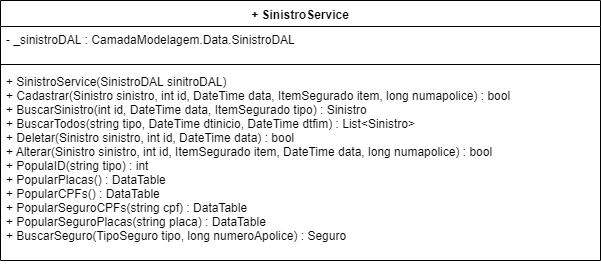
Before: Diagramas UML - GerencFrotas/02-Diagramas de Classe/05-Services/CamadaModelagemServices-SinistroService.png, a diagram exported from draw.io (talles2512/Gerenciamento-Frotas). Source tidied: cells renumbered, new cells last; positions are measured from the earlier drawing's top-left corner, leaving out a move shared by most shapes.
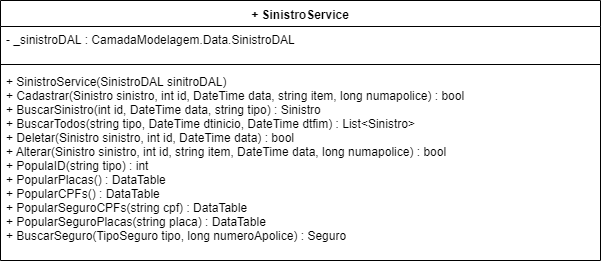
The same file after the commit.

What changed in the source:
```diff
@@ -11,7 +11,7 @@
     <mxCell id="4" style="line;strokeWidth=1;fillColor=none;align=left;verticalAlign=middle;spacingTop=-1;spacingLeft=3;spacingRight=3;labelPosition=right;" parent="2" vertex="1">
       <mxGeometry y="60" width="600" height="8" as="geometry" />
     </mxCell>
-    <mxCell id="5" value="+ SinistroService(SinistroDAL sinitroDAL)&#10;+ Cadastrar(Sinistro sinistro, int id, DateTime data, ItemSegurado item, long numapolice) : bool&#10;+ BuscarSinistro(int id, DateTime data, ItemSegurado tipo) : Sinistro&#10;+ BuscarTodos(string tipo, DateTime dtinicio, DateTime dtfim) : List&lt;Sinistro&gt;&#10;+ Deletar(Sinistro sinistro, int id, DateTime data) : bool&#10;+ Alterar(Sinistro sinistro, int id, ItemSegurado item, DateTime data, long numapolice) : bool&#10;+ PopulaID(string tipo) : int&#10;+ PopularPlacas() : DataTable&#10;+ PopularCPFs() : DataTable&#10;+ PopularSeguroCPFs(string cpf) : DataTable&#10;+ PopularSeguroPlacas(string placa) : DataTable&#10;+ BuscarSeguro(TipoSeguro tipo, long numeroApolice) : Seguro&#10;&#10; " style="text;strokeColor=none;fillColor=none;align=left;verticalAlign=top;spacingLeft=4;spacingRight=4;overflow=hidden;" parent="2" vertex="1">
+    <mxCell id="5" value="+ SinistroService(SinistroDAL sinitroDAL)&#10;+ Cadastrar(Sinistro sinistro, int id, DateTime data, string item, long numapolice) : bool&#10;+ BuscarSinistro(int id, DateTime data, string tipo) : Sinistro&#10;+ BuscarTodos(string tipo, DateTime dtinicio, DateTime dtfim) : List&lt;Sinistro&gt;&#10;+ Deletar(Sinistro sinistro, int id, DateTime data) : bool&#10;+ Alterar(Sinistro sinistro, int id, string item, DateTime data, long numapolice) : bool&#10;+ PopulaID(string tipo) : int&#10;+ PopularPlacas() : DataTable&#10;+ PopularCPFs() : DataTable&#10;+ PopularSeguroCPFs(string cpf) : DataTable&#10;+ PopularSeguroPlacas(string placa) : DataTable&#10;+ BuscarSeguro(TipoSeguro tipo, long numeroApolice) : Seguro&#10;&#10; " style="text;strokeColor=none;fillColor=none;align=left;verticalAlign=top;spacingLeft=4;spacingRight=4;overflow=hidden;" parent="2" vertex="1">
       <mxGeometry y="68" width="600" height="192" as="geometry" />
     </mxCell>
   </root>
```
